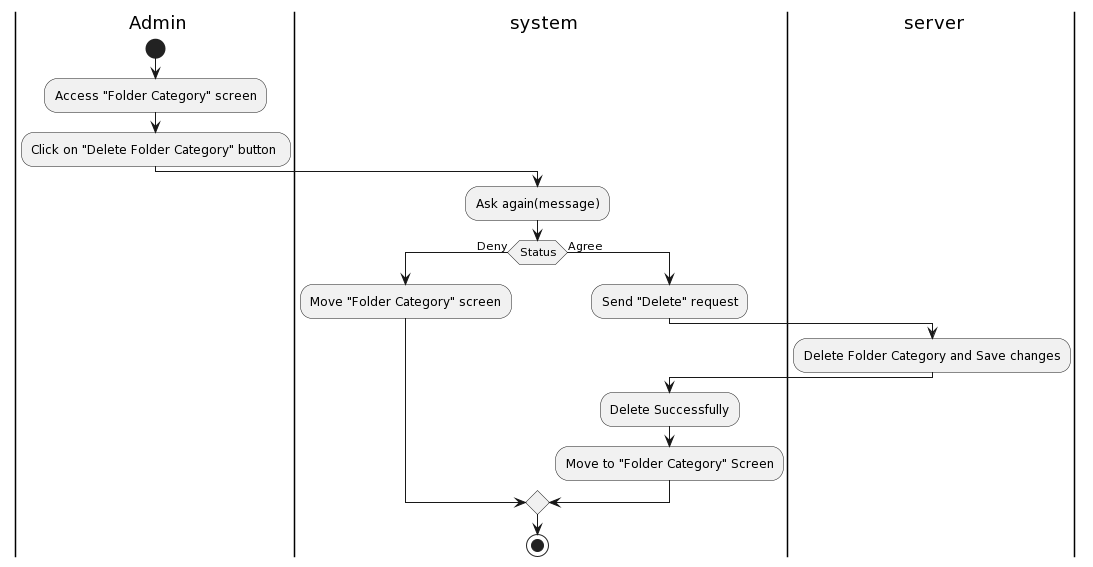
This is Lab1/Lab1.2/Activity Diagram/FolderCategory/DeleteFolderCategory/DeleteFolderCategory.png from khoapham1003/SE357-Pratice-class, a PlantUML export, as it was before one commit.
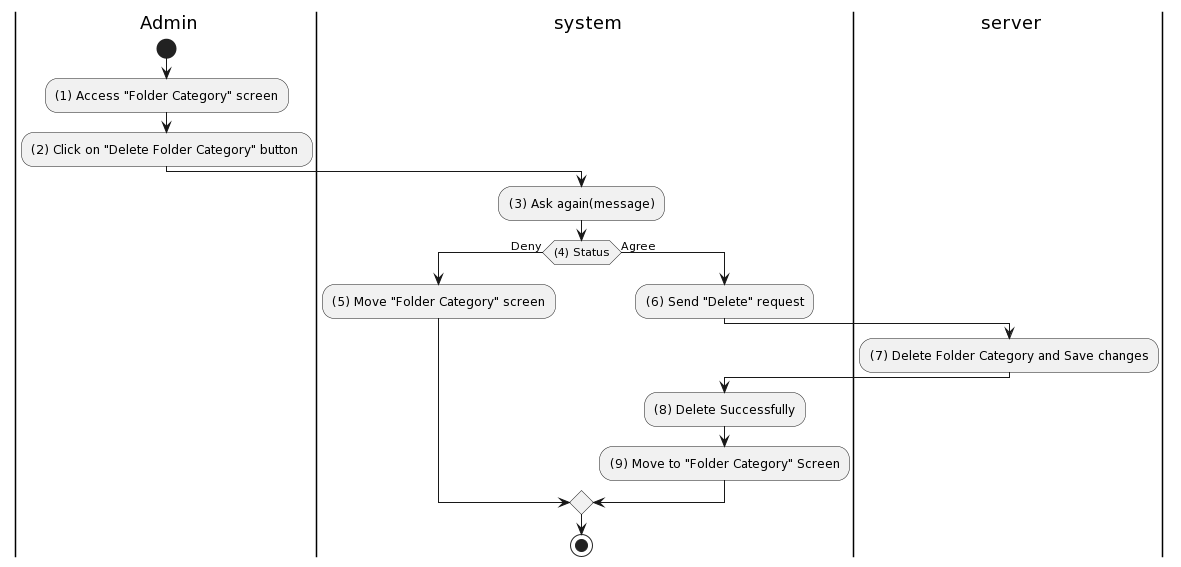
Later version of the same file.

The edit, as a diff of the source:
```diff
@@ -4,21 +4,21 @@
 |ser| server
 |a|
 start
-:Access "Folder Category" screen;
-:Click on "Delete Folder Category" button ;
+:(1) Access "Folder Category" screen;
+:(2) Click on "Delete Folder Category" button ;
 |sys|
-:Ask again(message);
+:(3) Ask again(message);
 |sys|
-if (Status) then (Deny)
+if ((4) Status) then (Deny)
 |sys|
-:Move "Folder Category" screen;
+:(5) Move "Folder Category" screen;
 else (Agree)
-:Send "Delete" request;
+:(6) Send "Delete" request;
 |ser|
-:Delete Folder Category and Save changes;
+:(7) Delete Folder Category and Save changes;
 |sys|
-:Delete Successfully;
-:Move to "Folder Category" Screen;
+:(8) Delete Successfully;
+:(9) Move to "Folder Category" Screen;
 endif
 
 
```
